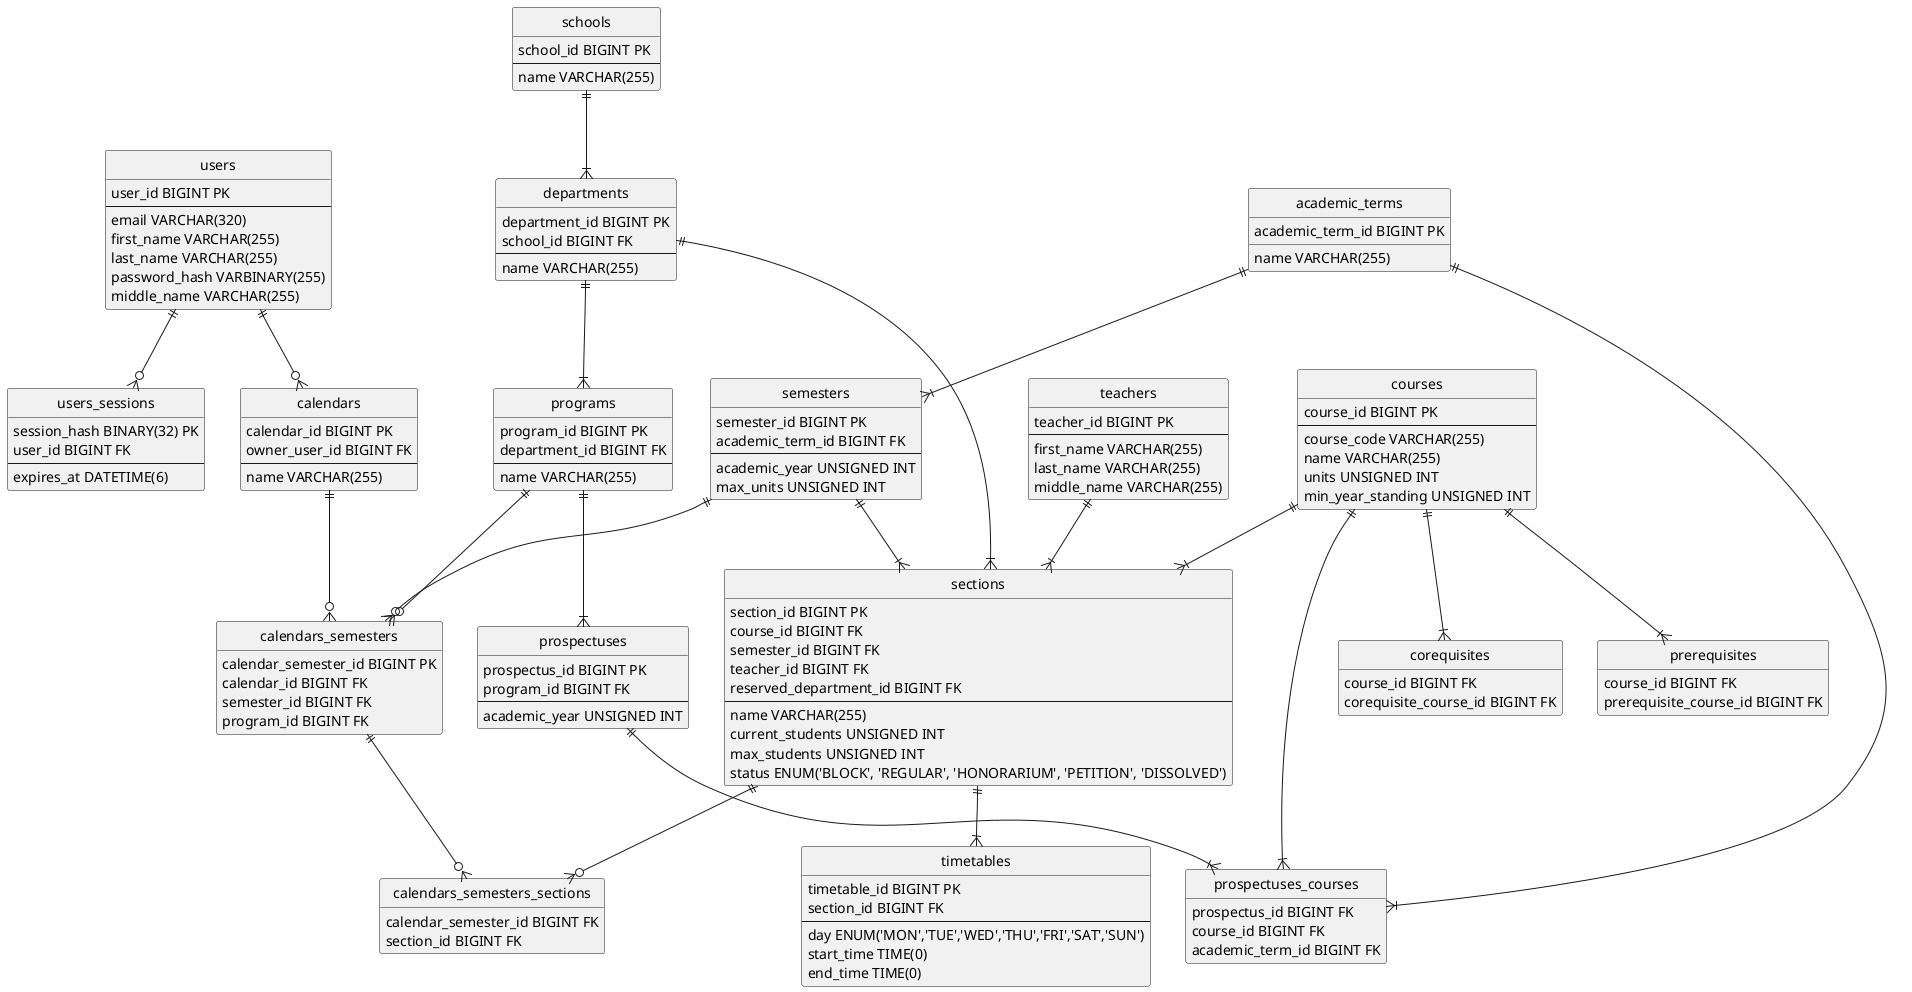
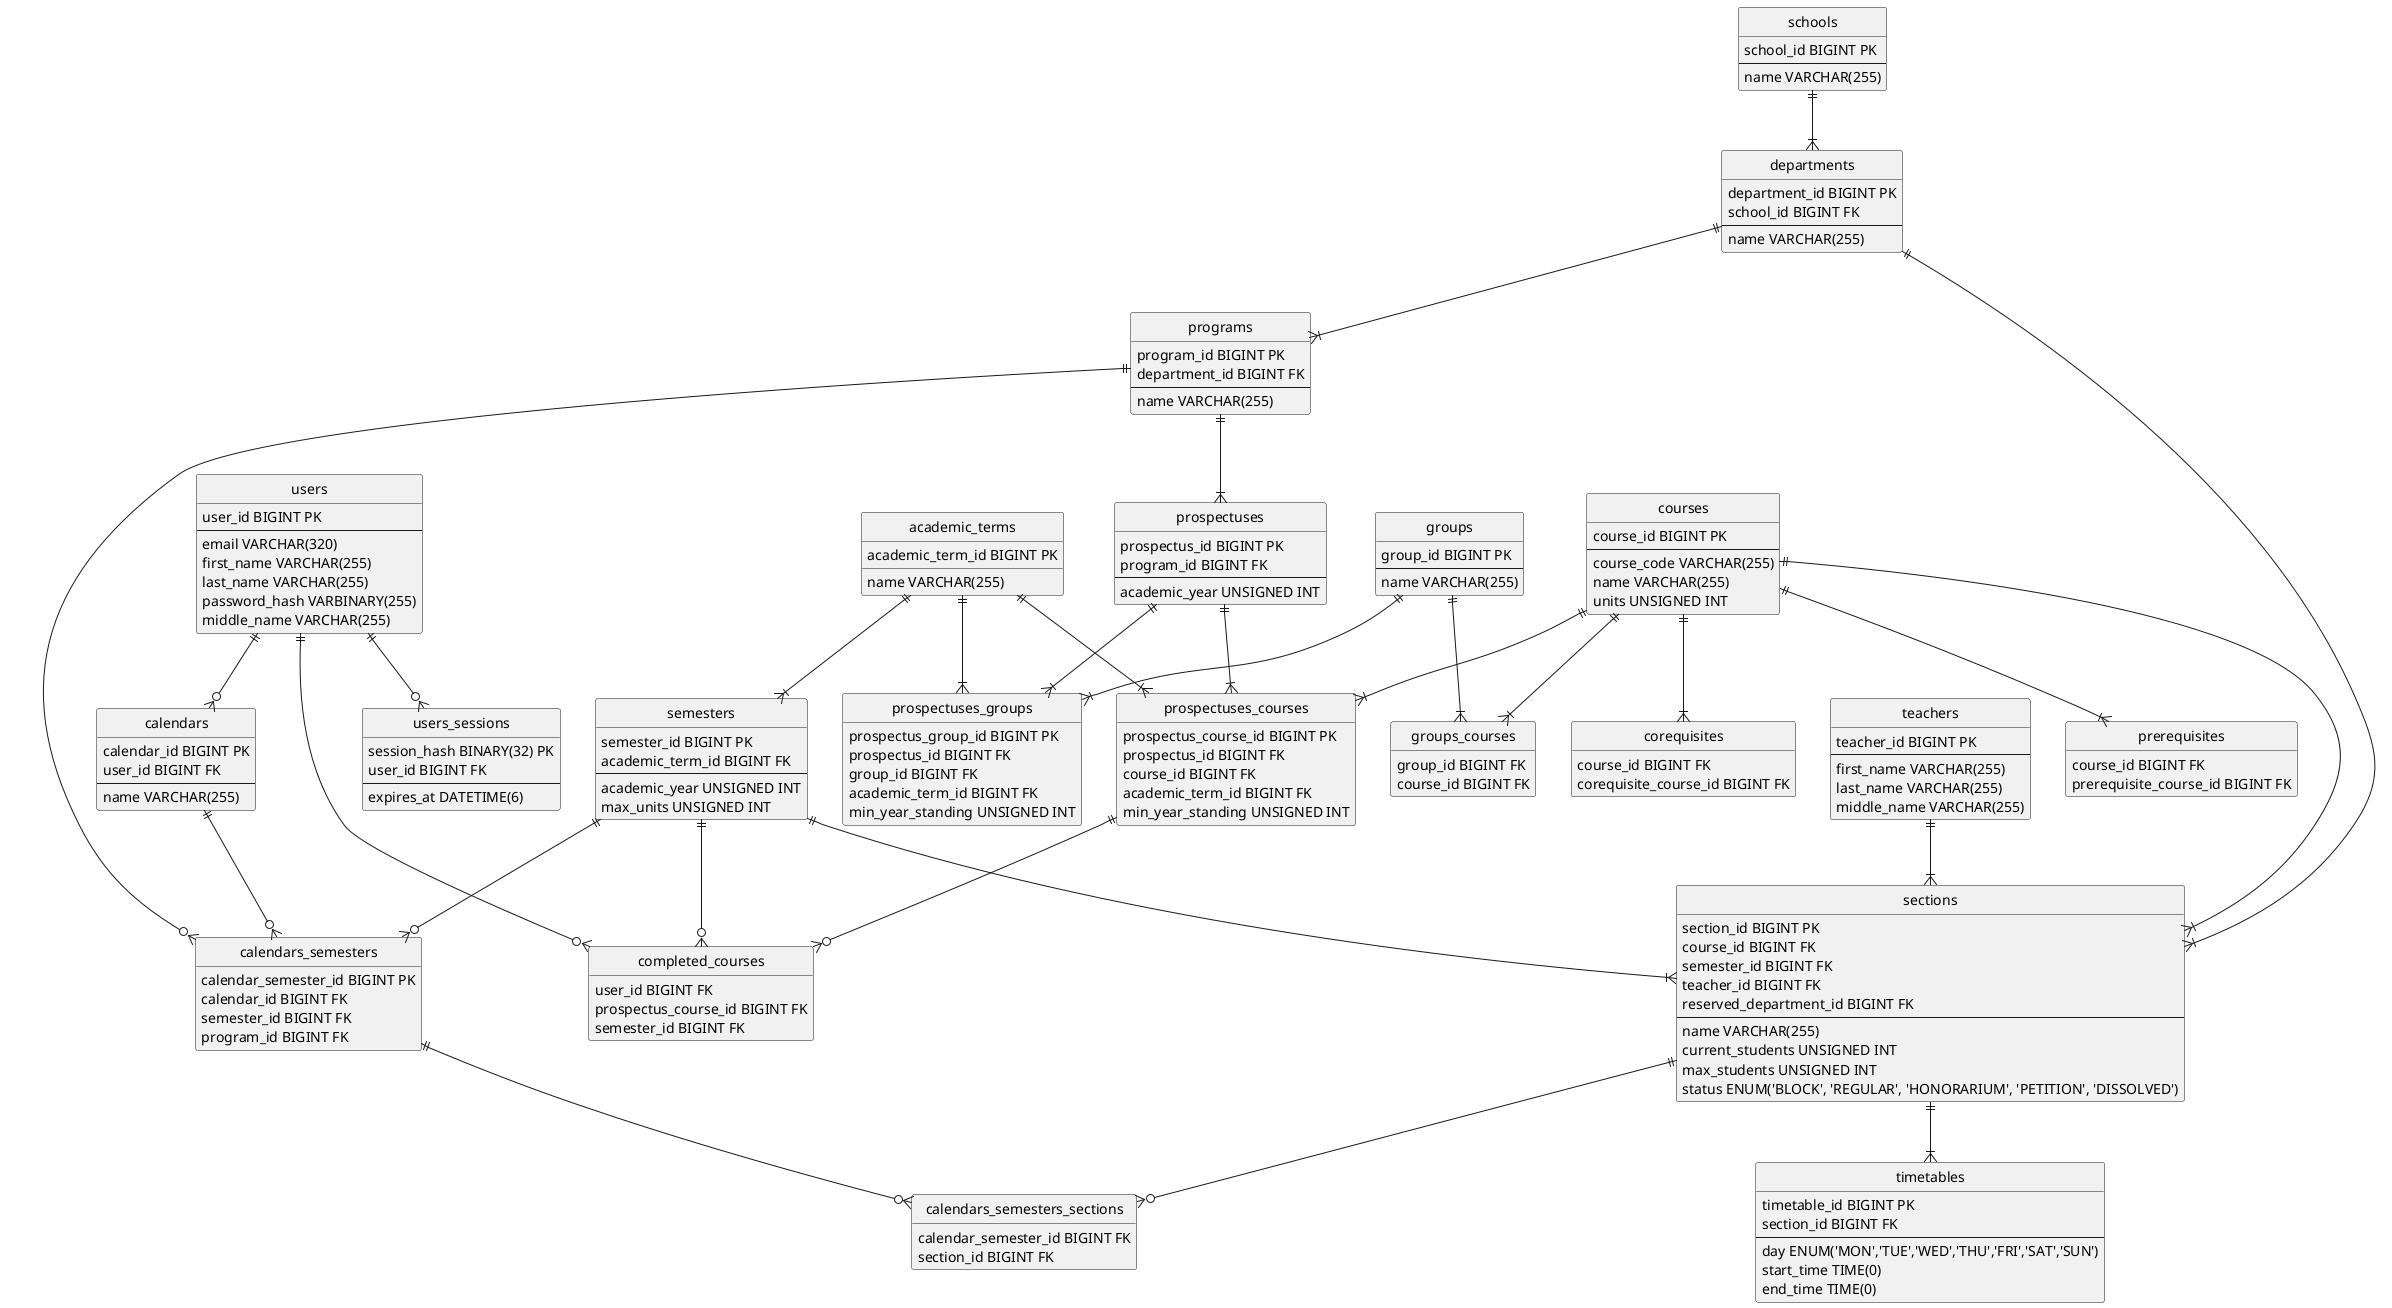
@startuml
hide circle
hide empty members

entity users {
	user_id BIGINT PK
	--
	email VARCHAR(320)
	first_name VARCHAR(255)
	last_name VARCHAR(255)
	password_hash VARBINARY(255)
	middle_name VARCHAR(255)
}

entity users_sessions {
    session_hash BINARY(32) PK
	user_id BIGINT FK
	--
	expires_at DATETIME(6)
}

entity teachers {
    teacher_id BIGINT PK
    --
    first_name VARCHAR(255)
	last_name VARCHAR(255)
	middle_name VARCHAR(255)
}

entity schools {
    school_id BIGINT PK
    --
    name VARCHAR(255)
}

entity departments {
    department_id BIGINT PK
    school_id BIGINT FK
    --
    name VARCHAR(255)
}

entity academic_terms {
    academic_term_id BIGINT PK
    name VARCHAR(255)
}

entity semesters {
	semester_id BIGINT PK
	academic_term_id BIGINT FK
	--
	academic_year UNSIGNED INT
	max_units UNSIGNED INT
}

entity programs {
    program_id BIGINT PK
    department_id BIGINT FK
    --
    name VARCHAR(255)
}

entity courses {
    course_id BIGINT PK
    --
    course_code VARCHAR(255)
    name VARCHAR(255)
	units UNSIGNED INT
- 	min_year_standing UNSIGNED INT
}

entity prerequisites {
    course_id BIGINT FK
    prerequisite_course_id BIGINT FK
}

entity corequisites {
    course_id BIGINT FK
    corequisite_course_id BIGINT FK
}

entity prospectuses {
    prospectus_id BIGINT PK
    program_id BIGINT FK
    --
	academic_year UNSIGNED INT
}

entity prospectuses_courses {
+     prospectus_course_id BIGINT PK
    prospectus_id BIGINT FK
    course_id BIGINT FK
    academic_term_id BIGINT FK
+     min_year_standing UNSIGNED INT
}

entity sections {
    section_id BIGINT PK
    course_id BIGINT FK
    semester_id BIGINT FK
    teacher_id BIGINT FK
    reserved_department_id BIGINT FK
    --
	name VARCHAR(255)
    current_students UNSIGNED INT
    max_students UNSIGNED INT
    status ENUM('BLOCK', 'REGULAR', 'HONORARIUM', 'PETITION', 'DISSOLVED')
}

entity timetables {
    timetable_id BIGINT PK
    section_id BIGINT FK
    --
    day ENUM('MON','TUE','WED','THU','FRI','SAT','SUN')
    start_time TIME(0)
    end_time TIME(0)
}

entity calendars {
	calendar_id BIGINT PK
- 	owner_user_id BIGINT FK
+ 	user_id BIGINT FK
	--
	name VARCHAR(255)
}

entity calendars_semesters {
    calendar_semester_id BIGINT PK
    calendar_id BIGINT FK
    semester_id BIGINT FK
    program_id BIGINT FK
}

entity calendars_semesters_sections {
    calendar_semester_id BIGINT FK
    section_id BIGINT FK
+ }
+ 
+ entity completed_courses {
+     user_id BIGINT FK
+     prospectus_course_id BIGINT FK
+     semester_id BIGINT FK
+ }
+ 
+ entity groups {
+     group_id BIGINT PK
+     --
+     name VARCHAR(255)
+ }
+ 
+ entity groups_courses {
+     group_id BIGINT FK
+     course_id BIGINT FK
+ }
+ 
+ entity prospectuses_groups {
+     prospectus_group_id BIGINT PK
+     prospectus_id BIGINT FK
+     group_id BIGINT FK
+     academic_term_id BIGINT FK
+     min_year_standing UNSIGNED INT
}

users ||--o{ users_sessions
users ||--o{ calendars
schools ||--|{ departments
departments ||--|{ programs
departments ||--|{ sections
programs ||--|{ prospectuses
prospectuses ||--|{ prospectuses_courses
courses ||--|{ prospectuses_courses
courses ||--|{ sections
courses ||--|{ prerequisites
courses ||--|{ corequisites
semesters ||--|{ sections
academic_terms ||--|{ semesters
academic_terms ||--|{ prospectuses_courses
teachers ||--|{ sections
calendars ||--o{ calendars_semesters
semesters ||--o{ calendars_semesters
programs ||--o{ calendars_semesters
calendars_semesters ||--o{ calendars_semesters_sections
sections ||--o{ calendars_semesters_sections
sections ||--|{ timetables
+ users ||--o{ completed_courses
+ prospectuses_courses ||--o{ completed_courses
+ semesters ||--o{ completed_courses
+ groups ||--|{ groups_courses
+ courses ||--|{ groups_courses
+ prospectuses ||--|{ prospectuses_groups
+ groups ||--|{ prospectuses_groups
+ academic_terms ||--|{ prospectuses_groups

@enduml
